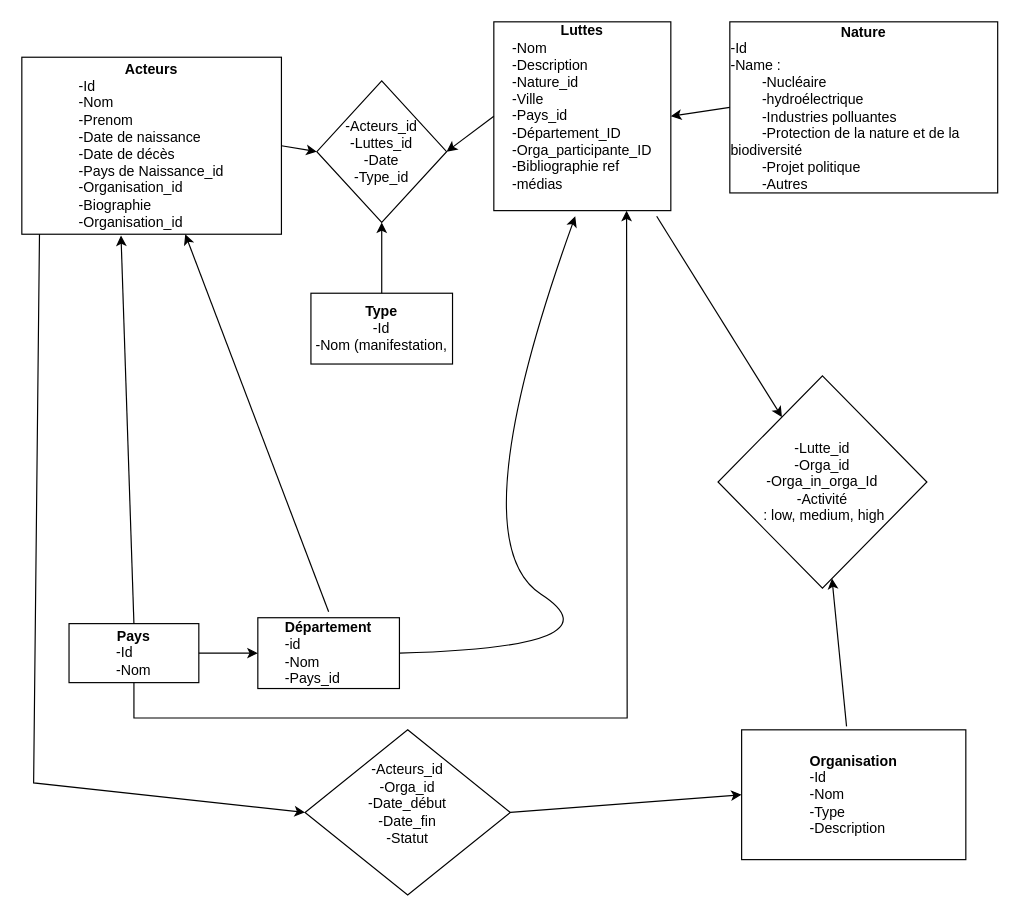
Above: modélisation/GreenPy.drawio in rayondemiel/GreenPy (draw.io), before the change. Source tidied: cells renumbered, new cells numbered last; positions are measured from the earlier drawing's top-left corner, leaving out a move shared by most shapes. Both pictures are drawn from the tidied source at 118%, with x=0, y=0 at pixel (21, 21).
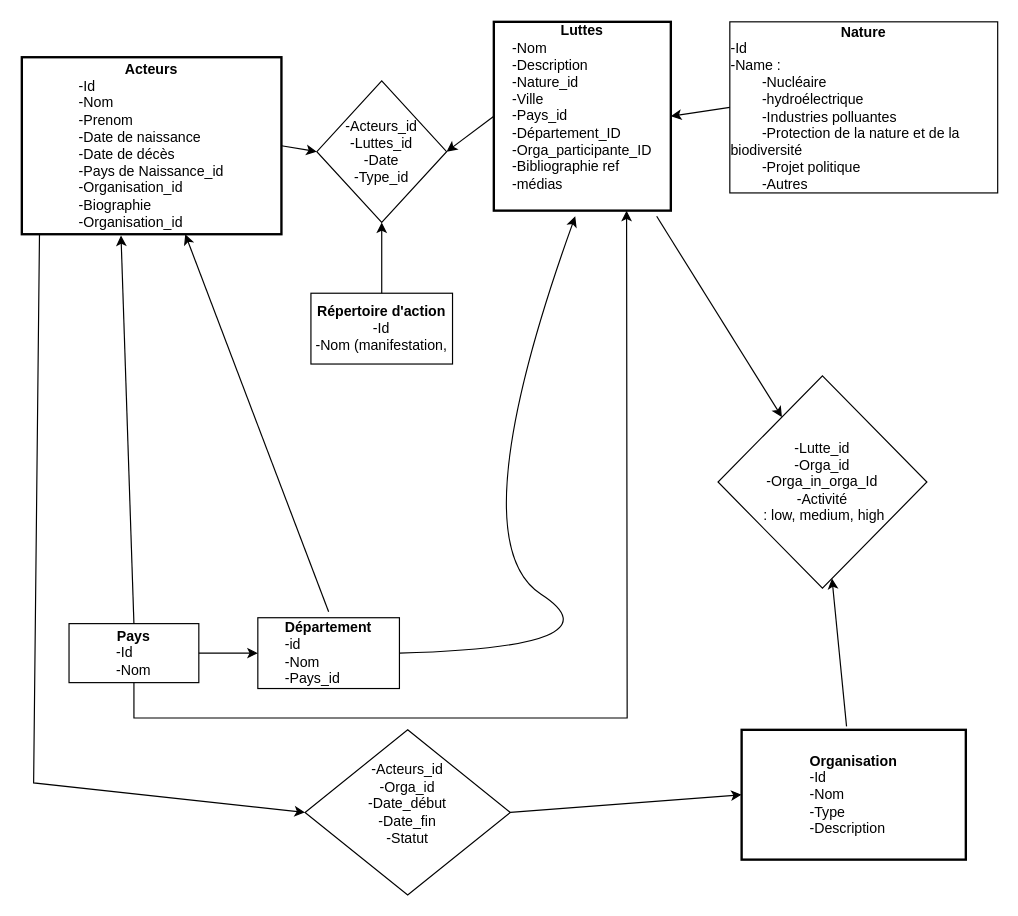
After the change.

Commit message:
correction modele conceptuel 1.2

Change to the diagram source:
```diff
@@
-    <mxCell id="2" value="&lt;div&gt;&lt;b&gt;Acteurs&lt;/b&gt;&lt;/div&gt;&lt;div align=&quot;left&quot;&gt;-Id&lt;/div&gt;&lt;div align=&quot;left&quot;&gt;-Nom&lt;/div&gt;&lt;div align=&quot;left&quot;&gt;-Prenom&lt;/div&gt;&lt;div align=&quot;left&quot;&gt;-Date de naissance&lt;/div&gt;&lt;div align=&quot;left&quot;&gt;-Date de décès&lt;br&gt;&lt;/div&gt;&lt;div align=&quot;left&quot;&gt;-Pays de Naissance_id&lt;/div&gt;&lt;div align=&quot;left&quot;&gt;-Organisation_id&lt;/div&gt;&lt;div align=&quot;left&quot;&gt;-Biographie&lt;/div&gt;&lt;div align=&quot;left&quot;&gt;-Organisation_id&lt;br&gt;&lt;/div&gt;" style="rounded=0;whiteSpace=wrap;html=1;" parent="1" vertex="1">
+    <mxCell id="2" value="&lt;div&gt;&lt;b&gt;Acteurs&lt;/b&gt;&lt;/div&gt;&lt;div align=&quot;left&quot;&gt;-Id&lt;/div&gt;&lt;div align=&quot;left&quot;&gt;-Nom&lt;/div&gt;&lt;div align=&quot;left&quot;&gt;-Prenom&lt;/div&gt;&lt;div align=&quot;left&quot;&gt;-Date de naissance&lt;/div&gt;&lt;div align=&quot;left&quot;&gt;-Date de décès&lt;br&gt;&lt;/div&gt;&lt;div align=&quot;left&quot;&gt;-Pays de Naissance_id&lt;/div&gt;&lt;div align=&quot;left&quot;&gt;-Organisation_id&lt;/div&gt;&lt;div align=&quot;left&quot;&gt;-Biographie&lt;/div&gt;&lt;div align=&quot;left&quot;&gt;-Organisation_id&lt;br&gt;&lt;/div&gt;" style="rounded=0;whiteSpace=wrap;html=1;strokeWidth=2;" parent="1" vertex="1">
       <mxGeometry y="30" width="220" height="150" as="geometry" />
     </mxCell>
@@
-    <mxCell id="5" value="&lt;div&gt;&lt;b&gt;Luttes&lt;/b&gt;&lt;/div&gt;&lt;div align=&quot;left&quot;&gt;-Nom&lt;/div&gt;&lt;div align=&quot;left&quot;&gt;-Description&lt;br&gt;&lt;/div&gt;&lt;div align=&quot;left&quot;&gt;-Nature_id&lt;br&gt;&lt;/div&gt;&lt;div align=&quot;left&quot;&gt;-Ville&lt;/div&gt;&lt;div align=&quot;left&quot;&gt;-Pays_id&lt;/div&gt;&lt;div align=&quot;left&quot;&gt;-Département_ID&lt;/div&gt;&lt;div align=&quot;left&quot;&gt;-Orga_participante_ID&lt;/div&gt;&lt;div align=&quot;left&quot;&gt;-Bibliographie ref&lt;/div&gt;&lt;div align=&quot;left&quot;&gt;-médias&lt;br&gt;&lt;/div&gt;&lt;div&gt;&lt;br&gt;&lt;/div&gt;" style="rounded=0;whiteSpace=wrap;html=1;strokeColor=default;" parent="1" vertex="1">
+    <mxCell id="5" value="&lt;div&gt;&lt;b&gt;Luttes&lt;/b&gt;&lt;/div&gt;&lt;div align=&quot;left&quot;&gt;-Nom&lt;/div&gt;&lt;div align=&quot;left&quot;&gt;-Description&lt;br&gt;&lt;/div&gt;&lt;div align=&quot;left&quot;&gt;-Nature_id&lt;br&gt;&lt;/div&gt;&lt;div align=&quot;left&quot;&gt;-Ville&lt;/div&gt;&lt;div align=&quot;left&quot;&gt;-Pays_id&lt;/div&gt;&lt;div align=&quot;left&quot;&gt;-Département_ID&lt;/div&gt;&lt;div align=&quot;left&quot;&gt;-Orga_participante_ID&lt;/div&gt;&lt;div align=&quot;left&quot;&gt;-Bibliographie ref&lt;/div&gt;&lt;div align=&quot;left&quot;&gt;-médias&lt;br&gt;&lt;/div&gt;&lt;div&gt;&lt;br&gt;&lt;/div&gt;" style="rounded=0;whiteSpace=wrap;html=1;strokeColor=default;strokeWidth=2;" parent="1" vertex="1">
       <mxGeometry x="400" width="150" height="160" as="geometry" />
     </mxCell>
@@
-    <mxCell id="8" value="&lt;div&gt;&lt;b&gt;Type&lt;/b&gt;&lt;/div&gt;&lt;div&gt;-Id&lt;/div&gt;&lt;div&gt;-Nom (manifestation, &lt;br&gt;&lt;/div&gt;" style="rounded=0;whiteSpace=wrap;html=1;strokeColor=default;" parent="1" vertex="1">
+    <mxCell id="8" value="&lt;div&gt;&lt;b&gt;Répertoire d'action&lt;br&gt;&lt;/b&gt;&lt;/div&gt;&lt;div&gt;-Id&lt;/div&gt;&lt;div&gt;-Nom (manifestation, &lt;br&gt;&lt;/div&gt;" style="rounded=0;whiteSpace=wrap;html=1;strokeColor=default;" parent="1" vertex="1">
       <mxGeometry x="245" y="230" width="120" height="60" as="geometry" />
     </mxCell>
@@
-    <mxCell id="17" value="&lt;div&gt;&lt;b&gt;Organisation&lt;/b&gt;&lt;/div&gt;&lt;div align=&quot;left&quot;&gt;-Id&lt;/div&gt;&lt;div align=&quot;left&quot;&gt;-Nom&lt;/div&gt;&lt;div align=&quot;left&quot;&gt;-Type&lt;/div&gt;&lt;div align=&quot;left&quot;&gt;-Description&lt;br&gt;&lt;/div&gt;" style="rounded=0;whiteSpace=wrap;html=1;strokeColor=default;" parent="1" vertex="1">
+    <mxCell id="17" value="&lt;div&gt;&lt;b&gt;Organisation&lt;/b&gt;&lt;/div&gt;&lt;div align=&quot;left&quot;&gt;-Id&lt;/div&gt;&lt;div align=&quot;left&quot;&gt;-Nom&lt;/div&gt;&lt;div align=&quot;left&quot;&gt;-Type&lt;/div&gt;&lt;div align=&quot;left&quot;&gt;-Description&lt;br&gt;&lt;/div&gt;" style="rounded=0;whiteSpace=wrap;html=1;strokeColor=default;strokeWidth=2;" parent="1" vertex="1">
       <mxGeometry x="610" y="600" width="190" height="110" as="geometry" />
     </mxCell>
```
